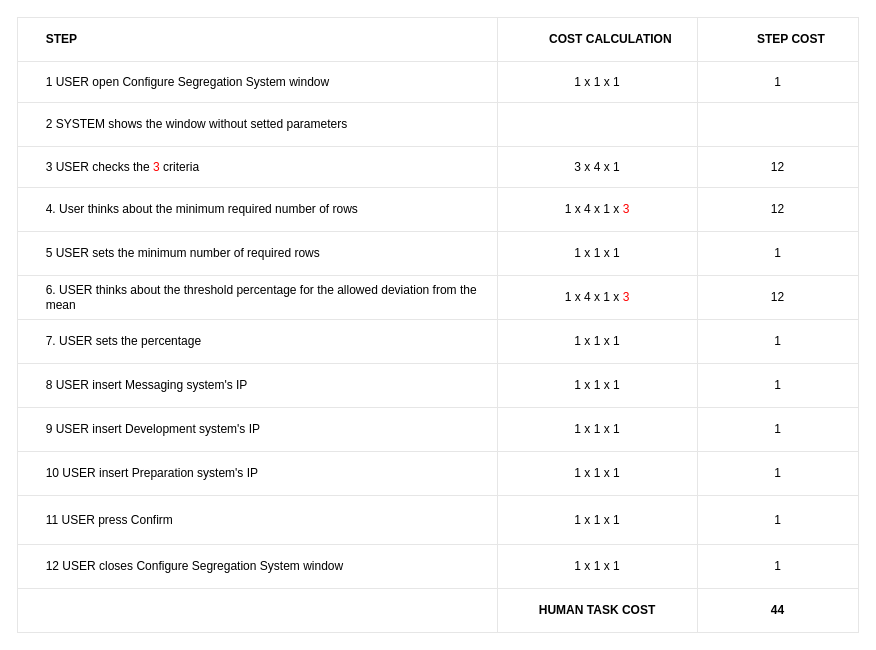
This is configure/segregation system (FEDE)/segregation_system_table.drawio from BaffoBello14/AutomaticDamagesRecognition, a draw.io file, before an edit. Source tidied: cells renumbered, new cells numbered last; positions are measured from the earlier drawing's top-left corner, leaving out a move shared by most shapes. Both pictures are drawn from the tidied source at 100%, with x=0, y=0 at pixel (17, 17).
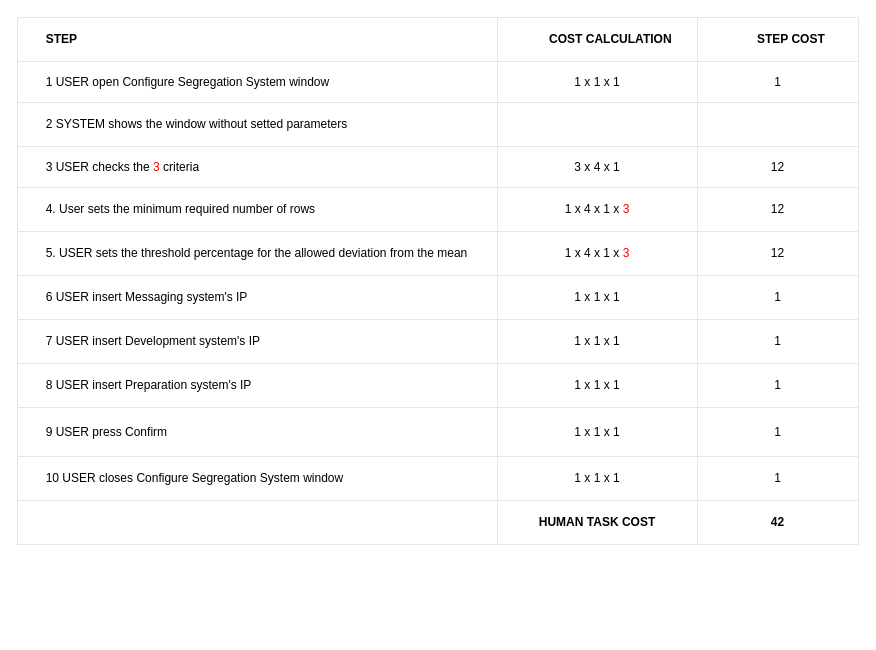
The same page after the edit.

The change refers to these unchanged cells:
```xml
<mxCell id="19" style="shape=tableRow;horizontal=0;startSize=0;swimlaneHead=0;swimlaneBody=0;top=0;left=0;bottom=0;right=0;fontStyle=0;fillColor=none;strokeColor=inherit;align=center;" parent="2" vertex="1">
  <mxGeometry y="170" width="841" height="44" as="geometry" />
</mxCell>
```

What changed in the source:
```diff
@@
     <mxCell id="2" style="childLayout=tableLayout;shadow=0;strokeColor=#E6E6E6;align=center;" parent="1" vertex="1">
-      <mxGeometry width="841" height="615" as="geometry" />
+      <mxGeometry width="841" height="527" as="geometry" />
     </mxCell>
@@
-    <mxCell id="20" value="&lt;span style=&quot;white-space: pre;&quot;&gt;&#9;&lt;/span&gt;4. User thinks about the minimum required number of rows&amp;nbsp;" style="strokeColor=inherit;fillColor=none;align=left;whiteSpace=wrap;html=1;labelPosition=center;verticalLabelPosition=middle;verticalAlign=middle;" parent="19" vertex="1">
+    <mxCell id="20" value="&lt;span style=&quot;white-space: pre;&quot;&gt;&#9;&lt;/span&gt;4. User sets the minimum required number of rows&amp;nbsp;" style="strokeColor=inherit;fillColor=none;align=left;whiteSpace=wrap;html=1;labelPosition=center;verticalLabelPosition=middle;verticalAlign=middle;" parent="19" vertex="1">
       <mxGeometry width="480" height="44" as="geometry" />
     </mxCell>
@@
-    <mxCell id="23" style="shape=tableRow;horizontal=0;startSize=0;swimlaneHead=0;swimlaneBody=0;top=0;left=0;bottom=0;right=0;fontStyle=0;fillColor=none;strokeColor=inherit;align=center;" parent="2" vertex="1">
-      <mxGeometry y="214" width="841" height="44" as="geometry" />
-    </mxCell>
-    <mxCell id="24" value="&lt;span style=&quot;white-space: pre;&quot;&gt;&#9;&lt;/span&gt;5&amp;nbsp;USER sets the minimum number of required rows" style="strokeColor=inherit;fillColor=none;align=left;whiteSpace=wrap;html=1;labelPosition=center;verticalLabelPosition=middle;verticalAlign=middle;" parent="23" vertex="1">
-      <mxGeometry width="480" height="44" as="geometry" />
-    </mxCell>
-    <mxCell id="25" value="1 x 1 x 1" style="strokeColor=inherit;fillColor=none;align=center;whiteSpace=wrap;html=1;" parent="23" vertex="1">
-      <mxGeometry x="480" width="200" height="44" as="geometry" />
-    </mxCell>
-    <mxCell id="26" value="1" style="strokeColor=inherit;fillColor=none;align=center;whiteSpace=wrap;html=1;" parent="23" vertex="1">
-      <mxGeometry x="680" width="161" height="44" as="geometry" />
-    </mxCell>
     <mxCell id="27" style="shape=tableRow;horizontal=0;startSize=0;swimlaneHead=0;swimlaneBody=0;top=0;left=0;bottom=0;right=0;fontStyle=0;fillColor=none;strokeColor=inherit;align=center;" parent="2" vertex="1">
-      <mxGeometry y="258" width="841" height="44" as="geometry" />
+      <mxGeometry y="214" width="841" height="44" as="geometry" />
     </mxCell>
-    <mxCell id="28" value="&lt;span style=&quot;white-space: pre;&quot;&gt;&#9;&lt;/span&gt;6. USER thinks about the threshold percentage for the allowed deviation from the &lt;span style=&quot;white-space: pre;&quot;&gt;&#9;&lt;/span&gt;mean" style="strokeColor=inherit;fillColor=none;align=left;whiteSpace=wrap;html=1;labelPosition=center;verticalLabelPosition=middle;verticalAlign=middle;" parent="27" vertex="1">
+    <mxCell id="28" value="&lt;span style=&quot;white-space: pre;&quot;&gt;&#9;&lt;/span&gt;5. USER sets the threshold percentage for the allowed deviation from the mean" style="strokeColor=inherit;fillColor=none;align=left;whiteSpace=wrap;html=1;labelPosition=center;verticalLabelPosition=middle;verticalAlign=middle;" parent="27" vertex="1">
       <mxGeometry width="480" height="44" as="geometry" />
     </mxCell>
@@
-    <mxCell id="31" style="shape=tableRow;horizontal=0;startSize=0;swimlaneHead=0;swimlaneBody=0;top=0;left=0;bottom=0;right=0;fontStyle=0;fillColor=none;strokeColor=inherit;align=center;" parent="2" vertex="1">
-      <mxGeometry y="302" width="841" height="44" as="geometry" />
-    </mxCell>
-    <mxCell id="32" value="&lt;span style=&quot;white-space: pre;&quot;&gt;&#9;&lt;/span&gt;7. USER sets the percentage" style="strokeColor=inherit;fillColor=none;align=left;whiteSpace=wrap;html=1;labelPosition=center;verticalLabelPosition=middle;verticalAlign=middle;" parent="31" vertex="1">
-      <mxGeometry width="480" height="44" as="geometry" />
-    </mxCell>
-    <mxCell id="33" value="1 x 1 x 1" style="strokeColor=inherit;fillColor=none;align=center;whiteSpace=wrap;html=1;" parent="31" vertex="1">
-      <mxGeometry x="480" width="200" height="44" as="geometry" />
-    </mxCell>
-    <mxCell id="34" value="1" style="strokeColor=inherit;fillColor=none;align=center;whiteSpace=wrap;html=1;" parent="31" vertex="1">
-      <mxGeometry x="680" width="161" height="44" as="geometry" />
-    </mxCell>
     <mxCell id="35" style="shape=tableRow;horizontal=0;startSize=0;swimlaneHead=0;swimlaneBody=0;top=0;left=0;bottom=0;right=0;fontStyle=0;fillColor=none;strokeColor=inherit;align=center;" parent="2" vertex="1">
-      <mxGeometry y="346" width="841" height="44" as="geometry" />
+      <mxGeometry y="258" width="841" height="44" as="geometry" />
     </mxCell>
-    <mxCell id="36" value="&lt;span style=&quot;white-space: pre;&quot;&gt;&#9;&lt;/span&gt;8&amp;nbsp;USER insert Messaging system's IP" style="strokeColor=inherit;fillColor=none;align=left;whiteSpace=wrap;html=1;labelPosition=center;verticalLabelPosition=middle;verticalAlign=middle;" parent="35" vertex="1">
+    <mxCell id="36" value="&lt;span style=&quot;white-space: pre;&quot;&gt;&#9;&lt;/span&gt;6&amp;nbsp;USER insert Messaging system's IP" style="strokeColor=inherit;fillColor=none;align=left;whiteSpace=wrap;html=1;labelPosition=center;verticalLabelPosition=middle;verticalAlign=middle;" parent="35" vertex="1">
       <mxGeometry width="480" height="44" as="geometry" />
     </mxCell>
@@
     <mxCell id="39" style="shape=tableRow;horizontal=0;startSize=0;swimlaneHead=0;swimlaneBody=0;top=0;left=0;bottom=0;right=0;fontStyle=0;fillColor=none;strokeColor=inherit;align=center;" parent="2" vertex="1">
-      <mxGeometry y="390" width="841" height="44" as="geometry" />
+      <mxGeometry y="302" width="841" height="44" as="geometry" />
     </mxCell>
-    <mxCell id="40" value="&lt;span style=&quot;white-space: pre;&quot;&gt;&#9;&lt;/span&gt;9&amp;nbsp;USER insert Development system's IP" style="strokeColor=inherit;fillColor=none;align=left;whiteSpace=wrap;html=1;labelPosition=center;verticalLabelPosition=middle;verticalAlign=middle;" parent="39" vertex="1">
+    <mxCell id="40" value="&lt;span style=&quot;white-space: pre;&quot;&gt;&#9;&lt;/span&gt;7&amp;nbsp;USER insert Development system's IP" style="strokeColor=inherit;fillColor=none;align=left;whiteSpace=wrap;html=1;labelPosition=center;verticalLabelPosition=middle;verticalAlign=middle;" parent="39" vertex="1">
       <mxGeometry width="480" height="44" as="geometry" />
     </mxCell>
@@
     <mxCell id="43" style="shape=tableRow;horizontal=0;startSize=0;swimlaneHead=0;swimlaneBody=0;top=0;left=0;bottom=0;right=0;fontStyle=0;fillColor=none;strokeColor=inherit;align=center;" parent="2" vertex="1">
-      <mxGeometry y="434" width="841" height="44" as="geometry" />
+      <mxGeometry y="346" width="841" height="44" as="geometry" />
     </mxCell>
-    <mxCell id="44" value="&lt;span style=&quot;white-space: pre;&quot;&gt;&#9;&lt;/span&gt;10&amp;nbsp;USER insert Preparation system's IP" style="strokeColor=inherit;fillColor=none;align=left;whiteSpace=wrap;html=1;labelPosition=center;verticalLabelPosition=middle;verticalAlign=middle;" parent="43" vertex="1">
+    <mxCell id="44" value="&lt;span style=&quot;white-space: pre;&quot;&gt;&#9;&lt;/span&gt;8&amp;nbsp;USER insert Preparation system's IP" style="strokeColor=inherit;fillColor=none;align=left;whiteSpace=wrap;html=1;labelPosition=center;verticalLabelPosition=middle;verticalAlign=middle;" parent="43" vertex="1">
       <mxGeometry width="480" height="44" as="geometry" />
     </mxCell>
@@
     <mxCell id="47" style="shape=tableRow;horizontal=0;startSize=0;swimlaneHead=0;swimlaneBody=0;top=0;left=0;bottom=0;right=0;fontStyle=0;fillColor=none;strokeColor=inherit;align=center;" parent="2" vertex="1">
-      <mxGeometry y="478" width="841" height="49" as="geometry" />
+      <mxGeometry y="390" width="841" height="49" as="geometry" />
     </mxCell>
-    <mxCell id="48" value="&lt;span style=&quot;white-space: pre;&quot;&gt;&#9;&lt;/span&gt;11 USER press Confirm" style="strokeColor=inherit;fillColor=none;align=left;whiteSpace=wrap;html=1;labelPosition=center;verticalLabelPosition=middle;verticalAlign=middle;" parent="47" vertex="1">
+    <mxCell id="48" value="&lt;span style=&quot;white-space: pre;&quot;&gt;&#9;&lt;/span&gt;9&amp;nbsp;USER press Confirm" style="strokeColor=inherit;fillColor=none;align=left;whiteSpace=wrap;html=1;labelPosition=center;verticalLabelPosition=middle;verticalAlign=middle;" parent="47" vertex="1">
       <mxGeometry width="480" height="49" as="geometry" />
     </mxCell>
@@
     <mxCell id="51" style="shape=tableRow;horizontal=0;startSize=0;swimlaneHead=0;swimlaneBody=0;top=0;left=0;bottom=0;right=0;fontStyle=0;fillColor=none;strokeColor=inherit;align=center;" parent="2" vertex="1">
-      <mxGeometry y="527" width="841" height="44" as="geometry" />
+      <mxGeometry y="439" width="841" height="44" as="geometry" />
     </mxCell>
-    <mxCell id="52" value="&lt;span style=&quot;white-space: pre;&quot;&gt;&#9;&lt;/span&gt;12 USER closes Configure Segregation System window&amp;nbsp;" style="strokeColor=inherit;fillColor=none;align=left;whiteSpace=wrap;html=1;labelPosition=center;verticalLabelPosition=middle;verticalAlign=middle;" parent="51" vertex="1">
+    <mxCell id="52" value="&lt;span style=&quot;white-space: pre;&quot;&gt;&#9;&lt;/span&gt;10 USER closes Configure Segregation System window&amp;nbsp;" style="strokeColor=inherit;fillColor=none;align=left;whiteSpace=wrap;html=1;labelPosition=center;verticalLabelPosition=middle;verticalAlign=middle;" parent="51" vertex="1">
       <mxGeometry width="480" height="44" as="geometry" />
     </mxCell>
@@
     <mxCell id="55" style="shape=tableRow;horizontal=0;startSize=0;swimlaneHead=0;swimlaneBody=0;top=0;left=0;bottom=0;right=0;fontStyle=0;fillColor=none;strokeColor=inherit;align=center;" parent="2" vertex="1">
-      <mxGeometry y="571" width="841" height="44" as="geometry" />
+      <mxGeometry y="483" width="841" height="44" as="geometry" />
     </mxCell>
@@
-    <mxCell id="58" value="44" style="strokeColor=inherit;fillColor=none;align=center;whiteSpace=wrap;html=1;fontStyle=1;" parent="55" vertex="1">
+    <mxCell id="58" value="42" style="strokeColor=inherit;fillColor=none;align=center;whiteSpace=wrap;html=1;fontStyle=1;" parent="55" vertex="1">
       <mxGeometry x="680" width="161" height="44" as="geometry" />
     </mxCell>
```
